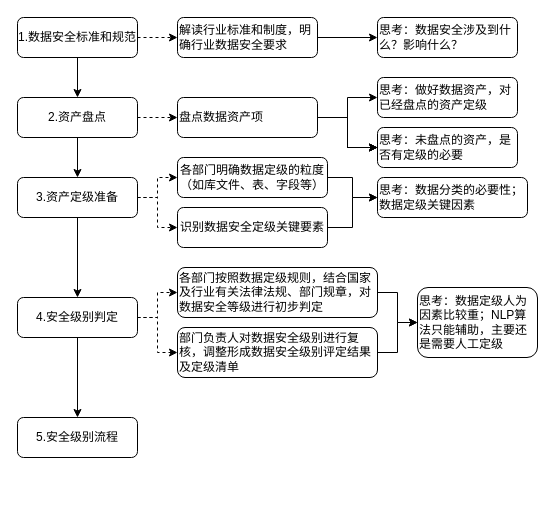
Above: share/数据安全分级分类.drawio in mythwind/BigData (draw.io), before the change. Source tidied: cells renumbered, new cells numbered last; positions are measured from the earlier drawing's top-left corner, leaving out a move shared by most shapes. Both pictures are drawn from the tidied source at 100%, with x=0, y=0 at pixel (17, 17).
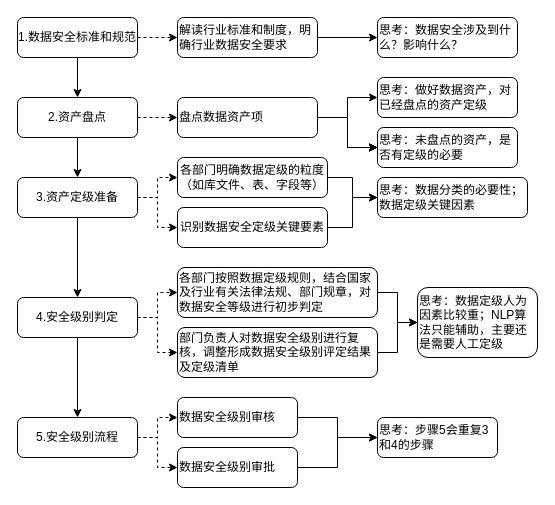
After the change.

Commit message (it also covers changes not shown here):
更新数据安全分级分类.drawio

The change refers to these unchanged cells:
```xml
<mxCell id="37" value="5.安全级别流程" style="rounded=1;whiteSpace=wrap;html=1;" parent="1" vertex="1">
  <mxGeometry y="400" width="120" height="40" as="geometry" />
</mxCell>
```

Diff of the diagram source:
```diff
@@
+    <mxCell id="38" style="edgeStyle=orthogonalEdgeStyle;rounded=0;jettySize=auto;html=1;dashed=1;" parent="1" edge="1" source="37" target="41">
+      <mxGeometry relative="1" as="geometry" />
+    </mxCell>
+    <mxCell id="39" style="edgeStyle=orthogonalEdgeStyle;rounded=0;jettySize=auto;html=1;exitX=1;exitY=0.5;exitDx=0;exitDy=0;entryX=0;entryY=0.5;entryDx=0;entryDy=0;dashed=1;" parent="1" edge="1" source="37" target="43">
+      <mxGeometry relative="1" as="geometry" />
+    </mxCell>
@@
+    <mxCell id="40" style="edgeStyle=orthogonalEdgeStyle;rounded=0;jettySize=auto;html=1;exitX=1;exitY=0.5;exitDx=0;exitDy=0;entryX=0;entryY=0.5;entryDx=0;entryDy=0;" parent="1" edge="1" source="41" target="44">
+      <mxGeometry relative="1" as="geometry" />
+    </mxCell>
+    <mxCell id="41" value="数据安全级别审核" style="rounded=1;whiteSpace=wrap;html=1;align=left;" parent="1" vertex="1">
+      <mxGeometry x="160" y="380" width="120" height="40" as="geometry" />
+    </mxCell>
+    <mxCell id="42" style="edgeStyle=orthogonalEdgeStyle;rounded=0;jettySize=auto;html=1;" parent="1" edge="1" source="43" target="44">
+      <mxGeometry relative="1" as="geometry" />
+    </mxCell>
+    <mxCell id="43" value="数据安全级别审批" style="rounded=1;whiteSpace=wrap;html=1;align=left;" parent="1" vertex="1">
+      <mxGeometry x="160" y="430" width="120" height="40" as="geometry" />
+    </mxCell>
+    <mxCell id="44" value="思考：步骤5会重复3和4的步骤" style="rounded=1;whiteSpace=wrap;html=1;align=left;" parent="1" vertex="1">
+      <mxGeometry x="360" y="400" width="120" height="40" as="geometry" />
+    </mxCell>
```
